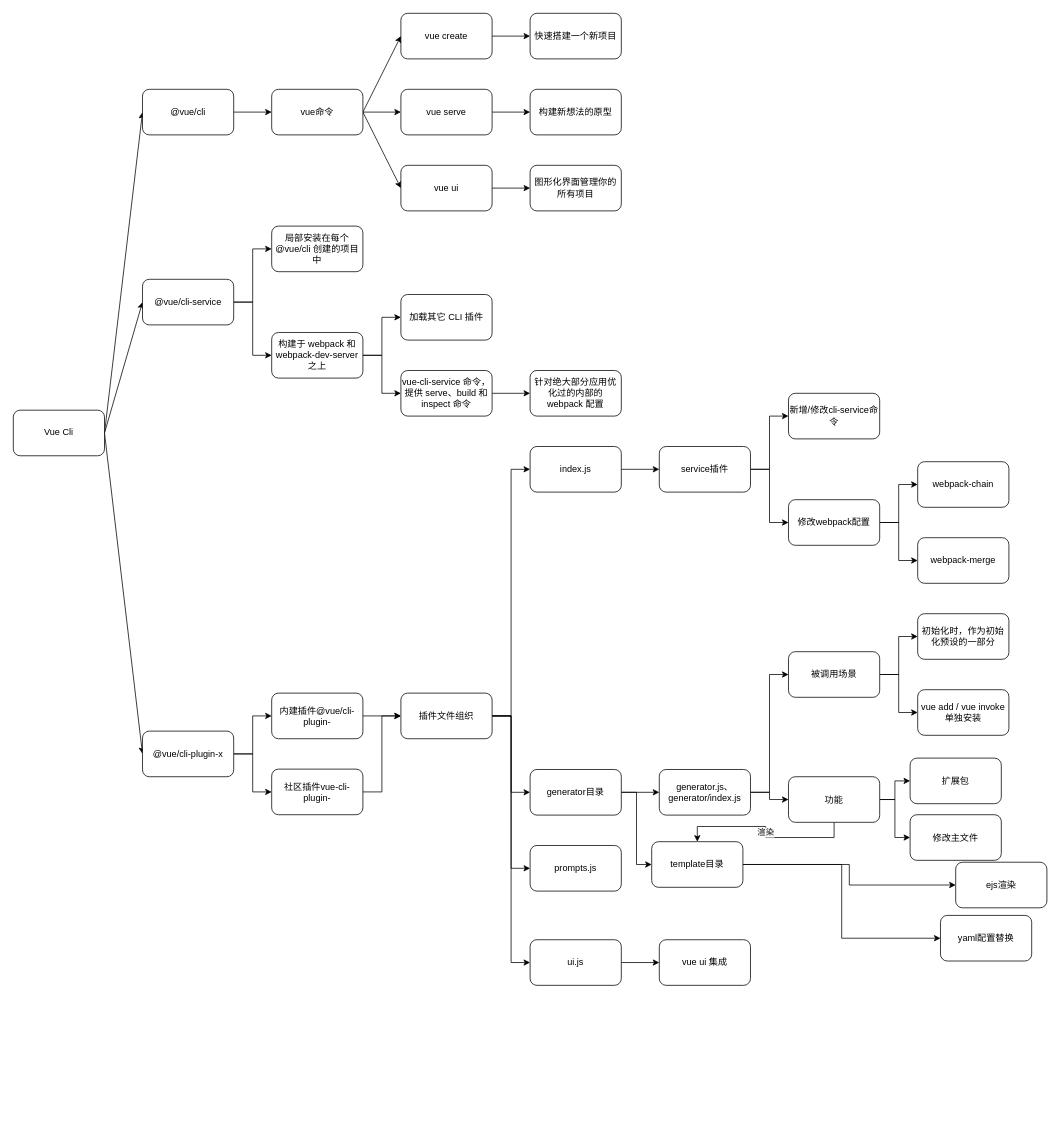
Rockergmail/draw.io keeps this draw.io diagram as frontend/vuecli.drawio. Above is the earlier version. Source tidied: cells renumbered, new cells numbered last; positions are measured from the earlier drawing's top-left corner, leaving out a move shared by most shapes. Both pictures are drawn from the tidied source at 76%, with x=0, y=0 at pixel (13, 13).
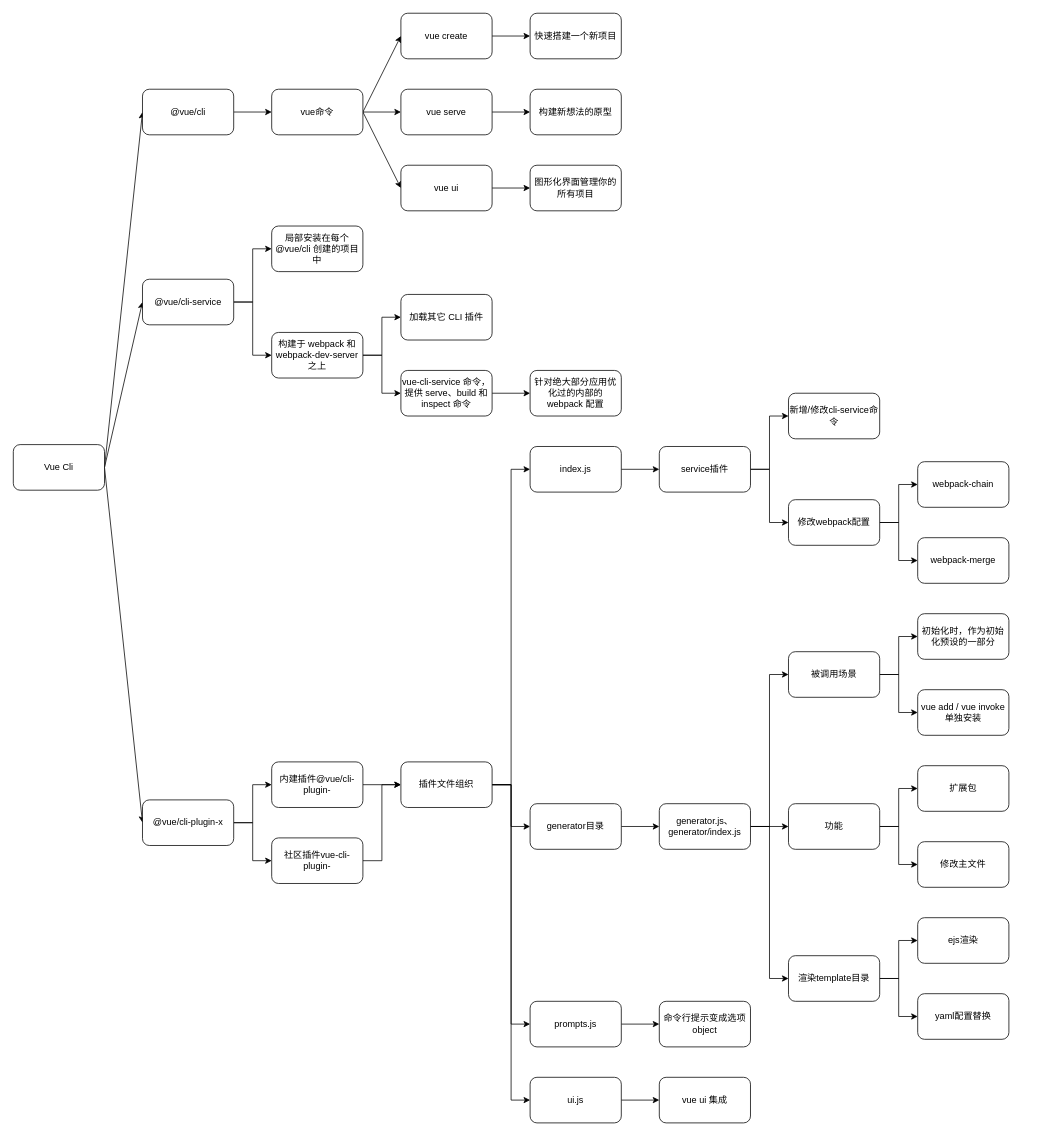
The same diagram, later.

The edit, as a diff of the source:
```diff
@@
     <mxCell id="5" value="Vue Cli" style="rounded=1;whiteSpace=wrap;html=1;" parent="1" vertex="1">
-      <mxGeometry y="522.2" width="120" height="60" as="geometry" />
+      <mxGeometry y="567.5" width="120" height="60" as="geometry" />
     </mxCell>
@@
     <mxCell id="7" value="@vue/cli" style="rounded=1;whiteSpace=wrap;html=1;" parent="1" vertex="1">
-      <mxGeometry x="170" y="100" width="120" height="60" as="geometry" />
+      <mxGeometry x="170" y="99.9" width="120" height="60" as="geometry" />
     </mxCell>
@@
     <mxCell id="10" value="@vue/cli-service" style="rounded=1;whiteSpace=wrap;html=1;" parent="1" vertex="1">
-      <mxGeometry x="170" y="350" width="120" height="60" as="geometry" />
+      <mxGeometry x="170" y="349.9" width="120" height="60" as="geometry" />
     </mxCell>
@@
     <mxCell id="13" value="@vue/cli-plugin-x" style="rounded=1;whiteSpace=wrap;html=1;" parent="1" vertex="1">
-      <mxGeometry x="170" y="944.5" width="120" height="60" as="geometry" />
+      <mxGeometry x="170" y="1035" width="120" height="60" as="geometry" />
     </mxCell>
@@
     <mxCell id="15" value="vue serve" style="rounded=1;whiteSpace=wrap;html=1;" parent="1" vertex="1">
-      <mxGeometry x="510" y="100" width="120" height="60" as="geometry" />
+      <mxGeometry x="510" y="99.9" width="120" height="60" as="geometry" />
     </mxCell>
@@
     <mxCell id="17" value="vue create" style="rounded=1;whiteSpace=wrap;html=1;" parent="1" vertex="1">
-      <mxGeometry x="510" width="120" height="60" as="geometry" />
+      <mxGeometry x="510" y="-0.1" width="120" height="60" as="geometry" />
     </mxCell>
@@
     <mxCell id="21" value="vue命令" style="rounded=1;whiteSpace=wrap;html=1;" parent="1" vertex="1">
-      <mxGeometry x="340" y="100" width="120" height="60" as="geometry" />
+      <mxGeometry x="340" y="99.9" width="120" height="60" as="geometry" />
     </mxCell>
@@
     <mxCell id="23" value="vue ui&lt;br&gt;" style="rounded=1;whiteSpace=wrap;html=1;" parent="1" vertex="1">
-      <mxGeometry x="510" y="200" width="120" height="60" as="geometry" />
+      <mxGeometry x="510" y="199.9" width="120" height="60" as="geometry" />
     </mxCell>
     <mxCell id="24" value="快速搭建一个新项目" style="rounded=1;whiteSpace=wrap;html=1;" parent="1" vertex="1">
-      <mxGeometry x="680" width="120" height="60" as="geometry" />
+      <mxGeometry x="680" y="-0.1" width="120" height="60" as="geometry" />
     </mxCell>
     <mxCell id="25" value="构建新想法的原型" style="rounded=1;whiteSpace=wrap;html=1;" parent="1" vertex="1">
-      <mxGeometry x="680" y="100" width="120" height="60" as="geometry" />
+      <mxGeometry x="680" y="99.9" width="120" height="60" as="geometry" />
     </mxCell>
     <mxCell id="26" value="图形化界面管理你的所有项目" style="rounded=1;whiteSpace=wrap;html=1;" parent="1" vertex="1">
-      <mxGeometry x="680" y="200" width="120" height="60" as="geometry" />
+      <mxGeometry x="680" y="199.9" width="120" height="60" as="geometry" />
     </mxCell>
     <mxCell id="27" value="局部安装在每个 @vue/cli 创建的项目中" style="rounded=1;whiteSpace=wrap;html=1;" parent="1" vertex="1">
-      <mxGeometry x="340" y="280" width="120" height="60" as="geometry" />
+      <mxGeometry x="340" y="279.9" width="120" height="60" as="geometry" />
     </mxCell>
@@
     <mxCell id="30" value="构建于 webpack 和 webpack-dev-server 之上" style="rounded=1;whiteSpace=wrap;html=1;" parent="1" vertex="1">
-      <mxGeometry x="340" y="420" width="120" height="60" as="geometry" />
+      <mxGeometry x="340" y="419.9" width="120" height="60" as="geometry" />
     </mxCell>
     <mxCell id="31" value="加载其它 CLI 插件" style="rounded=1;whiteSpace=wrap;html=1;" parent="1" vertex="1">
-      <mxGeometry x="510" y="370" width="120" height="60" as="geometry" />
+      <mxGeometry x="510" y="369.9" width="120" height="60" as="geometry" />
     </mxCell>
@@
     <mxCell id="33" value="vue-cli-service 命令，提供 serve、build 和 inspect 命令" style="rounded=1;whiteSpace=wrap;html=1;" parent="1" vertex="1">
-      <mxGeometry x="510" y="470" width="120" height="60" as="geometry" />
+      <mxGeometry x="510" y="469.9" width="120" height="60" as="geometry" />
     </mxCell>
     <mxCell id="34" value="针对绝大部分应用优化过的内部的 webpack 配置" style="rounded=1;whiteSpace=wrap;html=1;" parent="1" vertex="1">
-      <mxGeometry x="680" y="470" width="120" height="60" as="geometry" />
+      <mxGeometry x="680" y="469.9" width="120" height="60" as="geometry" />
     </mxCell>
@@
     <mxCell id="36" value="内建插件@vue/cli-plugin-" style="rounded=1;whiteSpace=wrap;html=1;" parent="1" vertex="1">
-      <mxGeometry x="340" y="894.5" width="120" height="60" as="geometry" />
+      <mxGeometry x="340" y="985" width="120" height="60" as="geometry" />
     </mxCell>
@@
     <mxCell id="38" value="社区插件vue-cli-plugin-" style="rounded=1;whiteSpace=wrap;html=1;" parent="1" vertex="1">
-      <mxGeometry x="340" y="994.5" width="120" height="60" as="geometry" />
+      <mxGeometry x="340" y="1085" width="120" height="60" as="geometry" />
     </mxCell>
@@
     <mxCell id="43" value="插件文件组织" style="rounded=1;whiteSpace=wrap;html=1;" parent="1" vertex="1">
-      <mxGeometry x="510" y="894.5" width="120" height="60" as="geometry" />
+      <mxGeometry x="510" y="985" width="120" height="60" as="geometry" />
     </mxCell>
@@
-    <mxCell id="45" style="edgeStyle=orthogonalEdgeStyle;rounded=0;jettySize=auto;html=1;exitX=1;exitY=0.5;exitDx=0;exitDy=0;entryX=0;entryY=0.5;entryDx=0;entryDy=0;" parent="1" edge="1" source="46" target="66">
-      <mxGeometry relative="1" as="geometry" />
-    </mxCell>
     <mxCell id="46" value="generator目录" style="rounded=1;whiteSpace=wrap;html=1;" parent="1" vertex="1">
-      <mxGeometry x="680" y="995" width="120" height="60" as="geometry" />
+      <mxGeometry x="680" y="1040" width="120" height="60" as="geometry" />
     </mxCell>
@@
+    <mxCell id="81" style="edgeStyle=orthogonalEdgeStyle;rounded=0;jettySize=auto;html=1;exitX=1;exitY=0.5;exitDx=0;exitDy=0;entryX=0;entryY=0.5;entryDx=0;entryDy=0;" parent="1" edge="1" source="49" target="83">
+      <mxGeometry relative="1" as="geometry" />
+    </mxCell>
     <mxCell id="49" value="prompts.js" style="rounded=1;whiteSpace=wrap;html=1;" parent="1" vertex="1">
-      <mxGeometry x="680" y="1095" width="120" height="60" as="geometry" />
+      <mxGeometry x="680" y="1300" width="120" height="60" as="geometry" />
     </mxCell>
@@
     <mxCell id="51" value="ui.js" style="rounded=1;whiteSpace=wrap;html=1;" parent="1" vertex="1">
-      <mxGeometry x="680" y="1219" width="120" height="60" as="geometry" />
+      <mxGeometry x="680" y="1400" width="120" height="60" as="geometry" />
     </mxCell>
@@
     <mxCell id="55" value="vue ui 集成" style="rounded=1;whiteSpace=wrap;html=1;" parent="1" vertex="1">
-      <mxGeometry x="850" y="1219" width="120" height="60" as="geometry" />
+      <mxGeometry x="850" y="1400" width="120" height="60" as="geometry" />
     </mxCell>
@@
+    <mxCell id="82" style="edgeStyle=orthogonalEdgeStyle;rounded=0;jettySize=auto;html=1;exitX=1;exitY=0.5;exitDx=0;exitDy=0;entryX=0;entryY=0.5;entryDx=0;entryDy=0;" parent="1" edge="1" source="63" target="66">
+      <mxGeometry relative="1" as="geometry" />
+    </mxCell>
     <mxCell id="63" value="generator.js、generator/index.js" style="rounded=1;whiteSpace=wrap;html=1;" parent="1" vertex="1">
-      <mxGeometry x="850" y="995" width="120" height="60" as="geometry" />
+      <mxGeometry x="850" y="1040" width="120" height="60" as="geometry" />
     </mxCell>
@@
-    <mxCell id="66" value="template目录" style="rounded=1;whiteSpace=wrap;html=1;" parent="1" vertex="1">
-      <mxGeometry x="840" y="1090" width="120" height="60" as="geometry" />
+    <mxCell id="66" value="渲染template目录" style="rounded=1;whiteSpace=wrap;html=1;" parent="1" vertex="1">
+      <mxGeometry x="1020" y="1240" width="120" height="60" as="geometry" />
     </mxCell>
     <mxCell id="67" value="yaml配置替换" style="rounded=1;whiteSpace=wrap;html=1;" parent="1" vertex="1">
-      <mxGeometry x="1220" y="1187" width="120" height="60" as="geometry" />
+      <mxGeometry x="1190" y="1290" width="120" height="60" as="geometry" />
     </mxCell>
@@
-    <mxCell id="70" value="渲染" style="edgeStyle=orthogonalEdgeStyle;rounded=0;jettySize=auto;html=1;exitX=0.5;exitY=1;exitDx=0;exitDy=0;entryX=0.5;entryY=0;entryDx=0;entryDy=0;" parent="1" edge="1" source="71" target="66">
-      <mxGeometry relative="1" as="geometry" />
-    </mxCell>
     <mxCell id="71" value="功能" style="rounded=1;whiteSpace=wrap;html=1;" parent="1" vertex="1">
-      <mxGeometry x="1020" y="1004.5" width="120" height="60" as="geometry" />
+      <mxGeometry x="1020" y="1040" width="120" height="60" as="geometry" />
     </mxCell>
     <mxCell id="72" value="ejs渲染" style="rounded=1;whiteSpace=wrap;html=1;" parent="1" vertex="1">
-      <mxGeometry x="1240" y="1117" width="120" height="60" as="geometry" />
+      <mxGeometry x="1190" y="1190" width="120" height="60" as="geometry" />
     </mxCell>
     <mxCell id="73" value="扩展包" style="rounded=1;whiteSpace=wrap;html=1;" parent="1" vertex="1">
-      <mxGeometry x="1180" y="980" width="120" height="60" as="geometry" />
+      <mxGeometry x="1190" y="990" width="120" height="60" as="geometry" />
     </mxCell>
     <mxCell id="74" value="修改主文件" style="rounded=1;whiteSpace=wrap;html=1;" parent="1" vertex="1">
-      <mxGeometry x="1180" y="1054.5" width="120" height="60" as="geometry" />
+      <mxGeometry x="1190" y="1090" width="120" height="60" as="geometry" />
     </mxCell>
     <mxCell id="75" value="新增/修改cli-service命令" style="rounded=1;whiteSpace=wrap;html=1;" parent="1" vertex="1">
-      <mxGeometry x="1020" y="500" width="120" height="60" as="geometry" />
+      <mxGeometry x="1020" y="499.9" width="120" height="60" as="geometry" />
     </mxCell>
@@
+    <mxCell id="83" value="命令行提示变成选项object" style="rounded=1;whiteSpace=wrap;html=1;" parent="1" vertex="1">
+      <mxGeometry x="850" y="1300" width="120" height="60" as="geometry" />
+    </mxCell>
```
